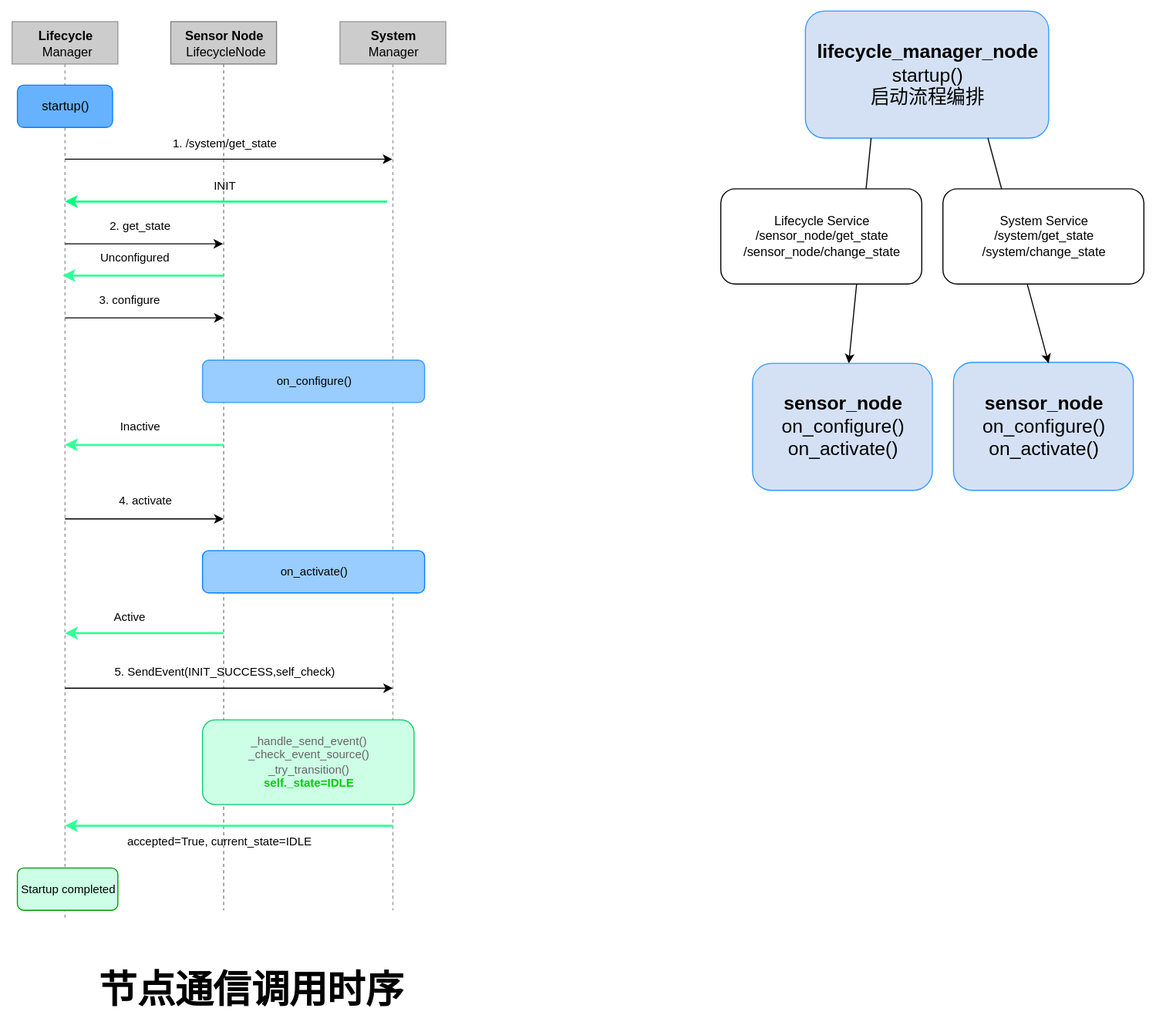
The draw.io diagram ROS2机器人基础框架/Step4-node.svg in HashWaney/ROS_Document, before a commit. Source tidied: cells renumbered, new cells last; positions are measured from the earlier drawing's top-left corner, leaving out a move shared by most shapes.
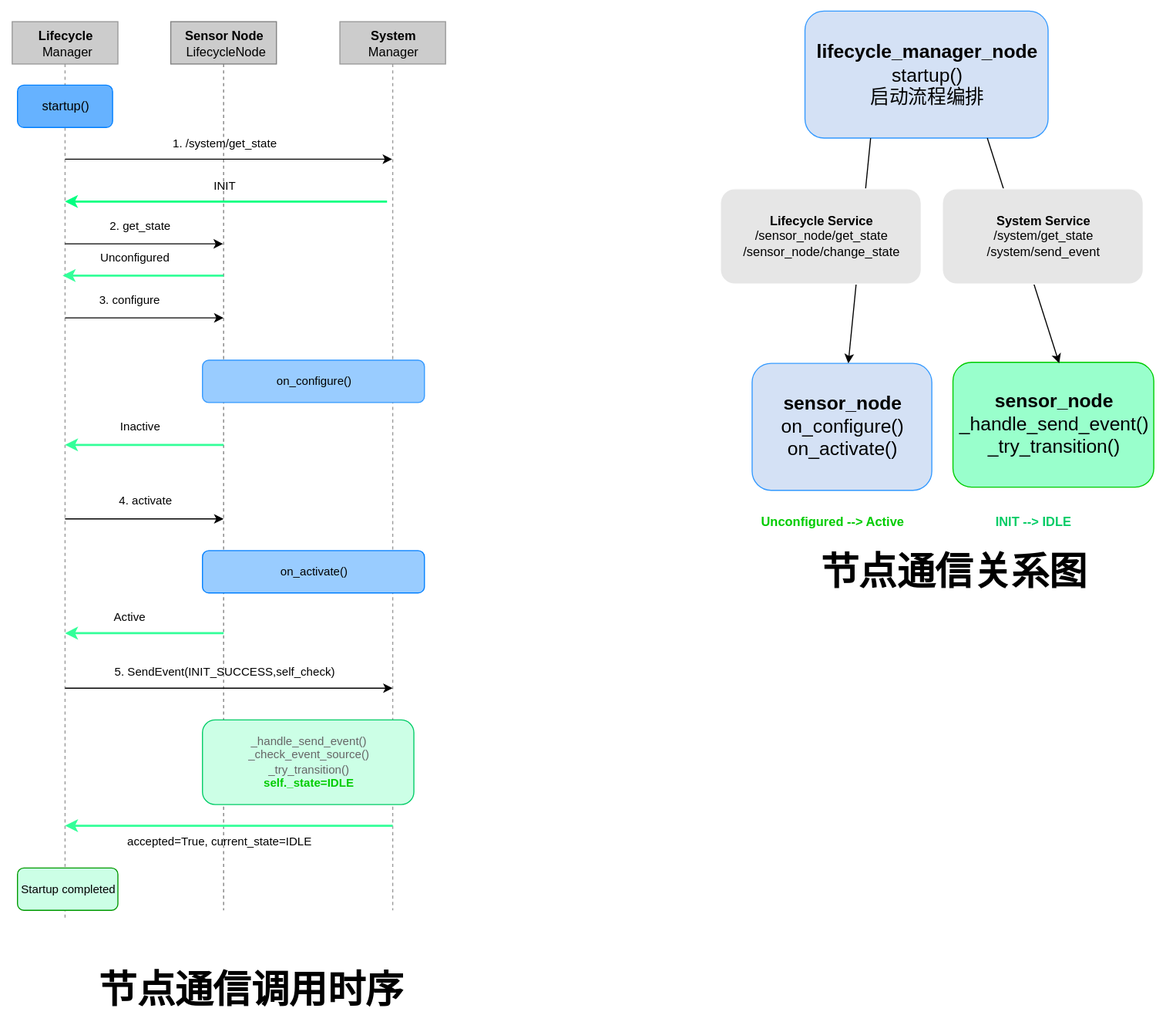
The same file after the commit.

Commit message:
vault backup: 2026-11-26 11:32:00

Diff of the diagram source:
```diff
@@ -133,17 +133,26 @@
     <mxCell id="33" value="&lt;span style=&quot;font-size: 18px;&quot;&gt;&lt;b&gt;sensor_node&lt;/b&gt;&lt;br&gt;on_configure()&lt;br&gt;on_activate()&lt;br&gt;&lt;/span&gt;" style="rounded=1;whiteSpace=wrap;html=1;fillColor=#D4E1F5;strokeColor=#3399FF;" parent="1" vertex="1">
       <mxGeometry x="700" y="333" width="170" height="120" as="geometry" />
     </mxCell>
-    <mxCell id="34" value="&lt;span style=&quot;font-size: 18px;&quot;&gt;&lt;b&gt;sensor_node&lt;/b&gt;&lt;br&gt;on_configure()&lt;br&gt;on_activate()&lt;br&gt;&lt;/span&gt;" style="rounded=1;whiteSpace=wrap;html=1;fillColor=#D4E1F5;strokeColor=#3399FF;" parent="1" vertex="1">
-      <mxGeometry x="890" y="332" width="170" height="121" as="geometry" />
+    <mxCell id="34" value="&lt;span style=&quot;font-size: 18px;&quot;&gt;&lt;b&gt;sensor_node&lt;/b&gt;&lt;br&gt;_handle_send_event()&lt;br&gt;_try_transition()&lt;br&gt;&lt;/span&gt;" style="rounded=1;whiteSpace=wrap;html=1;fillColor=#99FFCC;strokeColor=#00CC00;" parent="1" vertex="1">
+      <mxGeometry x="890" y="332" width="190" height="118" as="geometry" />
     </mxCell>
     <mxCell id="35" style="edgeStyle=none;html=1;exitX=0.75;exitY=1;exitDx=0;exitDy=0;entryX=0.529;entryY=0.008;entryDx=0;entryDy=0;entryPerimeter=0;" parent="1" edge="1" source="31" target="34">
       <mxGeometry relative="1" as="geometry" />
     </mxCell>
-    <mxCell id="36" value="Lifecycle Service&lt;br&gt;/sensor_node/get_state&lt;br&gt;/sensor_node/change_state&lt;br&gt;" style="rounded=1;whiteSpace=wrap;html=1;" parent="1" vertex="1">
+    <mxCell id="36" value="&lt;b&gt;Lifecycle Service&lt;/b&gt;&lt;br&gt;/sensor_node/get_state&lt;br&gt;/sensor_node/change_state" style="rounded=1;whiteSpace=wrap;html=1;strokeColor=#FFFFFF;fillColor=#E6E6E6;" parent="1" vertex="1">
       <mxGeometry x="670" y="168" width="190" height="90" as="geometry" />
     </mxCell>
-    <mxCell id="37" value="System Service&lt;br&gt;/system/get_state&lt;br&gt;/system/change_state" style="rounded=1;whiteSpace=wrap;html=1;" parent="1" vertex="1">
+    <mxCell id="37" value="&lt;b&gt;System Service&lt;/b&gt;&lt;br&gt;/system/get_state&lt;br&gt;/system/send_event" style="rounded=1;whiteSpace=wrap;html=1;fillColor=#E6E6E6;strokeColor=#FFFFFF;" parent="1" vertex="1">
       <mxGeometry x="880" y="168" width="190" height="90" as="geometry" />
     </mxCell>
+    <mxCell id="38" value="&lt;b style=&quot;&quot;&gt;&lt;font color=&quot;#00cc00&quot;&gt;Unconfigured --&amp;gt; Active&lt;/font&gt;&lt;/b&gt;" style="text;html=1;align=center;verticalAlign=middle;strokeColor=none;fillColor=none;" parent="1" vertex="1">
+      <mxGeometry x="695" y="468" width="160" height="30" as="geometry" />
+    </mxCell>
+    <mxCell id="39" value="&lt;b&gt;&lt;font color=&quot;#00cc66&quot;&gt;INIT --&amp;gt; IDLE&lt;/font&gt;&lt;/b&gt;" style="text;html=1;align=center;verticalAlign=middle;strokeColor=none;fillColor=none;" parent="1" vertex="1">
+      <mxGeometry x="915" y="468" width="100" height="30" as="geometry" />
+    </mxCell>
+    <mxCell id="40" value="&lt;font style=&quot;font-size: 36px;&quot;&gt;&lt;b&gt;节点通信关系图&lt;/b&gt;&lt;/font&gt;" style="text;html=1;align=center;verticalAlign=middle;strokeColor=none;fillColor=none;" parent="1" vertex="1">
+      <mxGeometry x="750" y="500" width="280" height="60" as="geometry" />
+    </mxCell>
   </root>
 </mxGraphModel>
```
